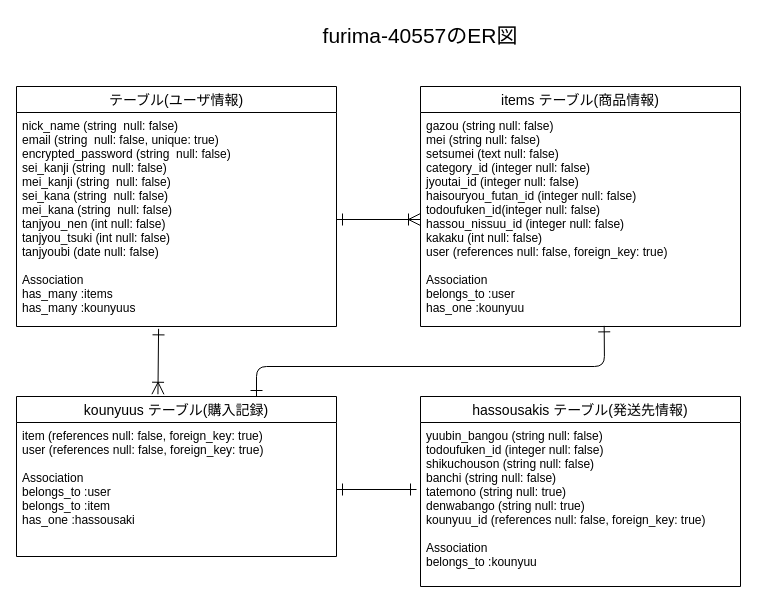
ShinjiShiozaki/furima-40557 keeps this draw.io diagram as furima_er.dio. Above is the earlier version. Source tidied: cells renumbered, new cells numbered last; positions are measured from the earlier drawing's top-left corner, leaving out a move shared by most shapes. Both pictures are drawn from the tidied source at 100%, with x=0, y=0 at pixel (16, 16).
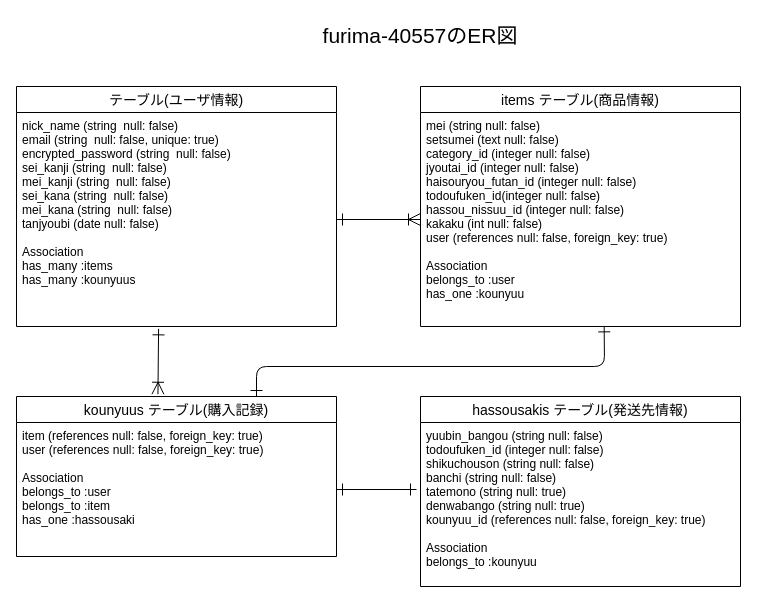
The same diagram, later.

Diff of the diagram source:
```diff
@@
 <mxGraphModel>
   <root>
     <mxCell id="0" />
     <mxCell id="1" parent="0" />
     <mxCell id="2" value="テーブル(ユーザ情報)" style="swimlane;fontStyle=0;horizontal=1;startSize=26;align=center;fontSize=14;" parent="1" vertex="1">
       <mxGeometry y="70" width="320" height="240" as="geometry" />
     </mxCell>
-    <mxCell id="3" value="nick_name (string  null: false)&#10;email (string  null: false, unique: true)&#10;encrypted_password (string  null: false) &#10;sei_kanji (string  null: false) &#10;mei_kanji (string  null: false) &#10;sei_kana (string  null: false) &#10;mei_kana (string  null: false) &#10;tanjyou_nen (int null: false) &#10;tanjyou_tsuki (int null: false) &#10;tanjyoubi (date null: false) &#10;&#10;Association&#10;has_many :items&#10;has_many :kounyuus&#10;&#10;" style="text;strokeColor=none;fillColor=none;spacingLeft=4;spacingRight=4;overflow=hidden;points=[[0,0.5],[1,0.5]];portConstraint=eastwest;fontSize=12;" parent="2" vertex="1">
+    <mxCell id="3" value="nick_name (string  null: false)&#10;email (string  null: false, unique: true)&#10;encrypted_password (string  null: false) &#10;sei_kanji (string  null: false) &#10;mei_kanji (string  null: false) &#10;sei_kana (string  null: false) &#10;mei_kana (string  null: false) &#10;tanjyoubi (date null: false) &#10;&#10;Association&#10;has_many :items&#10;has_many :kounyuus&#10;&#10;" style="text;strokeColor=none;fillColor=none;spacingLeft=4;spacingRight=4;overflow=hidden;points=[[0,0.5],[1,0.5]];portConstraint=eastwest;fontSize=12;" parent="2" vertex="1">
       <mxGeometry y="26" width="320" height="214" as="geometry" />
     </mxCell>
     <mxCell id="4" value="furima-40557のER図" style="text;strokeColor=none;fillColor=none;spacingLeft=4;spacingRight=4;overflow=hidden;fontSize=21;flipH=0;flipV=1;align=center;verticalAlign=middle;" parent="1" vertex="1">
       <mxGeometry x="279" width="250" height="35" as="geometry" />
     </mxCell>
     <mxCell id="5" value="items テーブル(商品情報)" style="swimlane;fontStyle=0;horizontal=1;startSize=26;align=center;fontSize=14;" parent="1" vertex="1">
       <mxGeometry x="404" y="70" width="320" height="240" as="geometry" />
     </mxCell>
-    <mxCell id="6" value="gazou (string null: false)&#10;mei (string null: false)&#10;setsumei (text null: false)&#10;category_id (integer null: false)&#10;jyoutai_id (integer null: false)&#10;haisouryou_futan_id (integer null: false)&#10;todoufuken_id(integer null: false)&#10;hassou_nissuu_id (integer null: false)&#10;kakaku (int null: false)&#10;user (references null: false, foreign_key: true)&#10;&#10;Association&#10;belongs_to :user&#10;has_one :kounyuu&#10;" style="text;strokeColor=none;fillColor=none;spacingLeft=4;spacingRight=4;overflow=hidden;points=[[0,0.5],[1,0.5]];portConstraint=eastwest;fontSize=12;" parent="5" vertex="1">
+    <mxCell id="6" value="mei (string null: false)&#10;setsumei (text null: false)&#10;category_id (integer null: false)&#10;jyoutai_id (integer null: false)&#10;haisouryou_futan_id (integer null: false)&#10;todoufuken_id(integer null: false)&#10;hassou_nissuu_id (integer null: false)&#10;kakaku (int null: false)&#10;user (references null: false, foreign_key: true)&#10;&#10;Association&#10;belongs_to :user&#10;has_one :kounyuu&#10;" style="text;strokeColor=none;fillColor=none;spacingLeft=4;spacingRight=4;overflow=hidden;points=[[0,0.5],[1,0.5]];portConstraint=eastwest;fontSize=12;" parent="5" vertex="1">
       <mxGeometry y="26" width="320" height="214" as="geometry" />
     </mxCell>
     <mxCell id="7" style="edgeStyle=none;html=1;endArrow=ERoneToMany;endFill=0;endSize=10;jumpSize=14;startArrow=ERone;startFill=0;targetPerimeterSpacing=0;sourcePerimeterSpacing=0;startSize=10;" parent="1" edge="1" source="3" target="6">
       <mxGeometry relative="1" as="geometry" />
     </mxCell>
     <mxCell id="8" value="kounyuus テーブル(購入記録)" style="swimlane;fontStyle=0;horizontal=1;startSize=26;align=center;fontSize=14;" parent="1" vertex="1">
       <mxGeometry y="380" width="320" height="160" as="geometry" />
     </mxCell>
     <mxCell id="9" value="item (references null: false, foreign_key: true)&#10;user (references null: false, foreign_key: true)&#10;&#10;Association&#10;belongs_to :user&#10;belongs_to :item&#10;has_one :hassousaki" style="text;strokeColor=none;fillColor=none;spacingLeft=4;spacingRight=4;overflow=hidden;points=[[0,0.5],[1,0.5]];portConstraint=eastwest;fontSize=12;" parent="8" vertex="1">
       <mxGeometry y="26" width="320" height="134" as="geometry" />
     </mxCell>
     <mxCell id="10" value="hassousakis テーブル(発送先情報)" style="swimlane;fontStyle=0;horizontal=1;startSize=26;align=center;fontSize=14;" parent="1" vertex="1">
       <mxGeometry x="404" y="380" width="320" height="190" as="geometry" />
     </mxCell>
     <mxCell id="11" value="yuubin_bangou (string null: false)&#10;todoufuken_id (integer null: false)&#10;shikuchouson (string null: false)&#10;banchi (string null: false)&#10;tatemono (string null: true)&#10;denwabango (string null: true)&#10;kounyuu_id (references null: false, foreign_key: true)&#10;&#10;Association&#10;belongs_to :kounyuu" style="text;strokeColor=none;fillColor=none;spacingLeft=4;spacingRight=4;overflow=hidden;fontSize=12;" parent="10" vertex="1">
       <mxGeometry y="26" width="320" height="164" as="geometry" />
     </mxCell>
     <mxCell id="12" style="edgeStyle=none;html=1;endArrow=ERoneToMany;endFill=0;endSize=10;jumpSize=14;startArrow=ERone;startFill=0;targetPerimeterSpacing=0;sourcePerimeterSpacing=0;startSize=10;exitX=0.444;exitY=1.011;exitDx=0;exitDy=0;exitPerimeter=0;entryX=0.442;entryY=-0.014;entryDx=0;entryDy=0;entryPerimeter=0;" parent="1" edge="1" source="3" target="8">
       <mxGeometry relative="1" as="geometry" />
     </mxCell>
     <mxCell id="13" style="edgeStyle=none;html=1;endArrow=ERone;endFill=0;endSize=10;jumpSize=14;startArrow=ERone;startFill=0;targetPerimeterSpacing=0;sourcePerimeterSpacing=0;startSize=10;entryX=0.574;entryY=0.997;entryDx=0;entryDy=0;entryPerimeter=0;exitX=0.75;exitY=0;exitDx=0;exitDy=0;" parent="1" edge="1" source="8" target="6">
       <mxGeometry relative="1" as="geometry">
         <Array as="points">
           <mxPoint x="240" y="350" />
           <mxPoint x="588" y="350" />
         </Array>
       </mxGeometry>
     </mxCell>
     <mxCell id="14" style="edgeStyle=none;html=1;endArrow=ERone;endFill=0;endSize=10;jumpSize=14;startArrow=ERone;startFill=0;targetPerimeterSpacing=0;sourcePerimeterSpacing=0;startSize=10;exitX=1;exitY=0.5;exitDx=0;exitDy=0;" parent="1" edge="1" source="9">
       <mxGeometry relative="1" as="geometry">
         <mxPoint x="400" y="473" as="targetPoint" />
       </mxGeometry>
     </mxCell>
   </root>
 </mxGraphModel>
```
